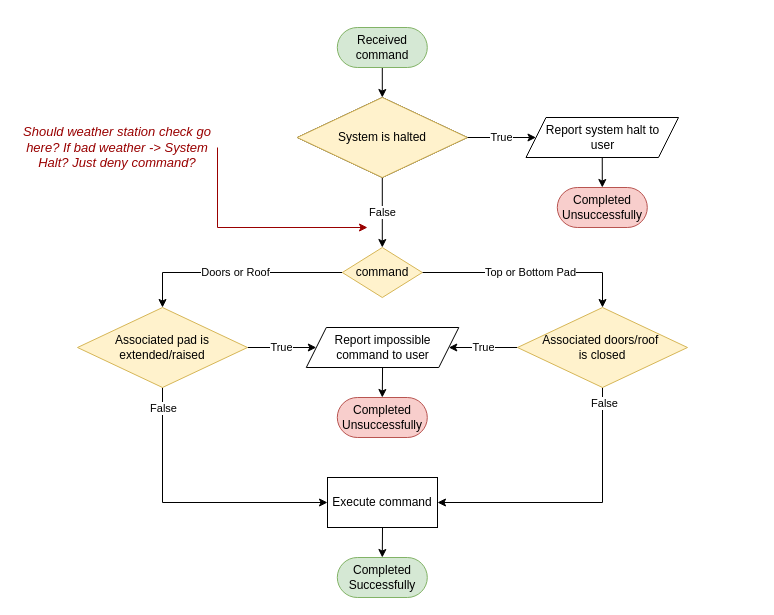
Before: page "Motor-System-Commands" (2 of 9) of Draw-io Files/Nest Behavioral Diagrams Fall-2020.drawio in impress-msu/Documentation, a draw.io diagram. Source tidied: cells renumbered, new cells numbered last; positions are measured from the earlier drawing's top-left corner, leaving out a move shared by most shapes. Both pictures are drawn from the tidied source at 100%, with x=0, y=0 at pixel (17, 27).
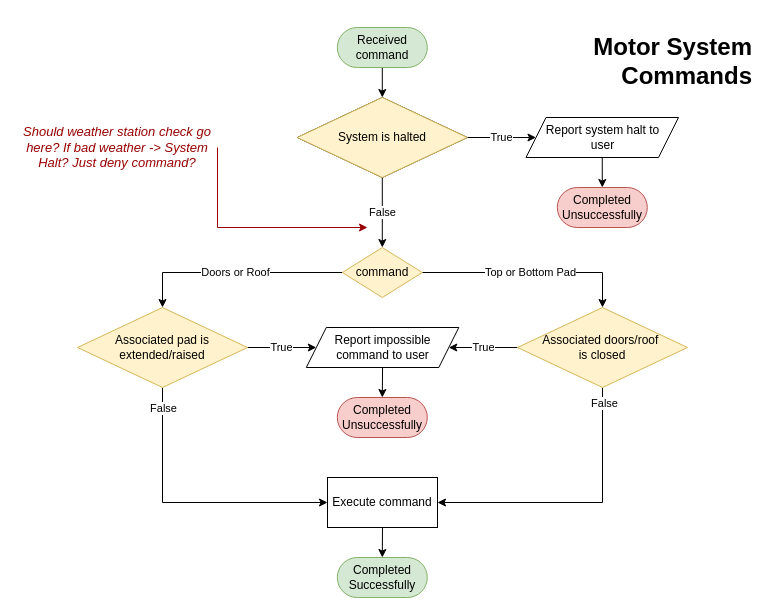
After the change.

The edit, as a diff of the source:
```diff
@@
+    <mxCell id="30" value="&lt;h1&gt;Motor System Commands&lt;/h1&gt;" style="text;html=1;strokeColor=none;fillColor=none;spacing=5;spacingTop=-20;whiteSpace=wrap;overflow=hidden;rounded=0;align=right;" parent="1" vertex="1">
+      <mxGeometry x="540" width="200" height="80" as="geometry" />
+    </mxCell>
```
